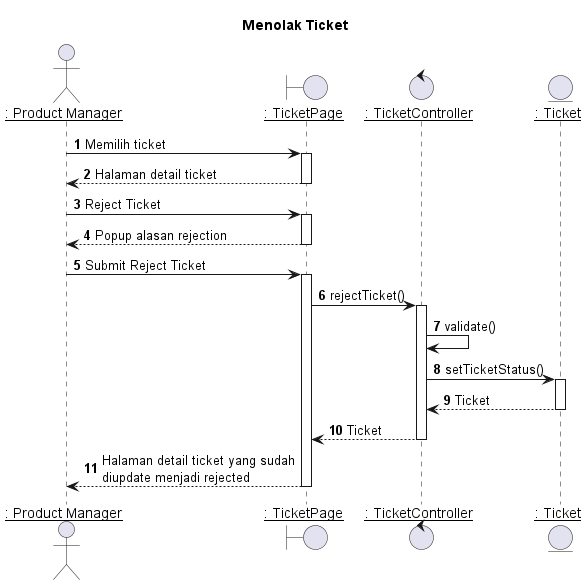
TAS-PKL/Laporan-PKL-Ticketing keeps this PlantUML diagram as out/plantuml/sequence/ipm/ipm5/Menolak Ticket.png. Above is the earlier version.
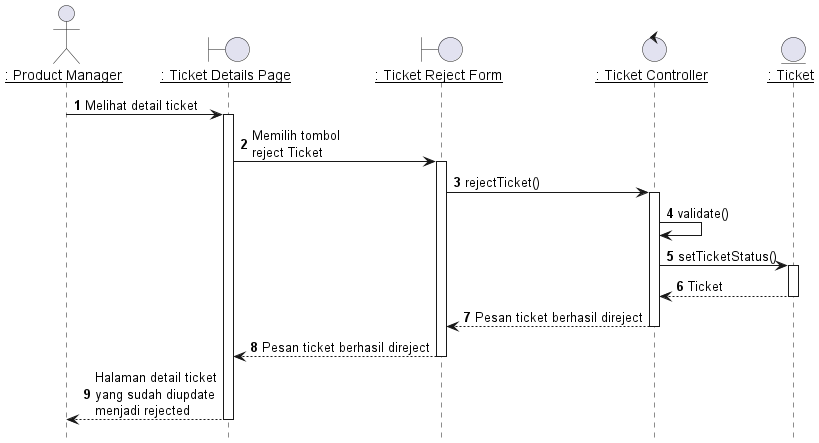
Later version of the same file.

What changed in the source:
```diff
@@ -1,31 +1,22 @@
 @startuml Menolak Ticket
 
-title "Menolak Ticket"
+hide footbox
 
 actor IPM as "__: Product Manager__"
-boundary TicketPage as "__: TicketPage__"
-control TicketController as "__: TicketController__"
+boundary TicketDetailsPage as "__: Ticket Details Page__"
+boundary TicketRejectPage as "__: Ticket Reject Form__"
+control TicketController as "__: Ticket Controller__"
 entity Ticket as "__: Ticket__"
 
 autonumber 1
-IPM -> TicketPage: Memilih ticket
-activate TicketPage
+IPM -> TicketDetailsPage: Melihat detail ticket
+activate TicketDetailsPage
 
-TicketPage --> IPM: Halaman detail ticket
-deactivate TicketPage
+TicketDetailsPage -> TicketRejectPage : Memilih tombol\nreject Ticket
+activate TicketRejectPage
 
 
-IPM -> TicketPage: Reject Ticket
-activate TicketPage
-
-TicketPage --> IPM: Popup alasan rejection
-deactivate TicketPage
-
-IPM -> TicketPage: Submit Reject Ticket
-activate TicketPage
-
-
-TicketPage -> TicketController: rejectTicket()
+TicketRejectPage -> TicketController: rejectTicket()
 activate TicketController
 
 TicketController -> TicketController: validate()
@@ -36,11 +27,14 @@
 Ticket --> TicketController : Ticket
 deactivate Ticket
 
-TicketController --> TicketPage : Ticket
+TicketController --> TicketRejectPage : Pesan ticket berhasil direject
 deactivate TicketController
 
-TicketPage --> IPM : Halaman detail ticket yang sudah\ndiupdate menjadi rejected
-deactivate TicketPage
+TicketRejectPage --> TicketDetailsPage : Pesan ticket berhasil direject
+deactivate TicketRejectPage
+
+TicketDetailsPage --> IPM : Halaman detail ticket\nyang sudah diupdate\nmenjadi rejected
+deactivate TicketDetailsPage
 
 
 @enduml
```
